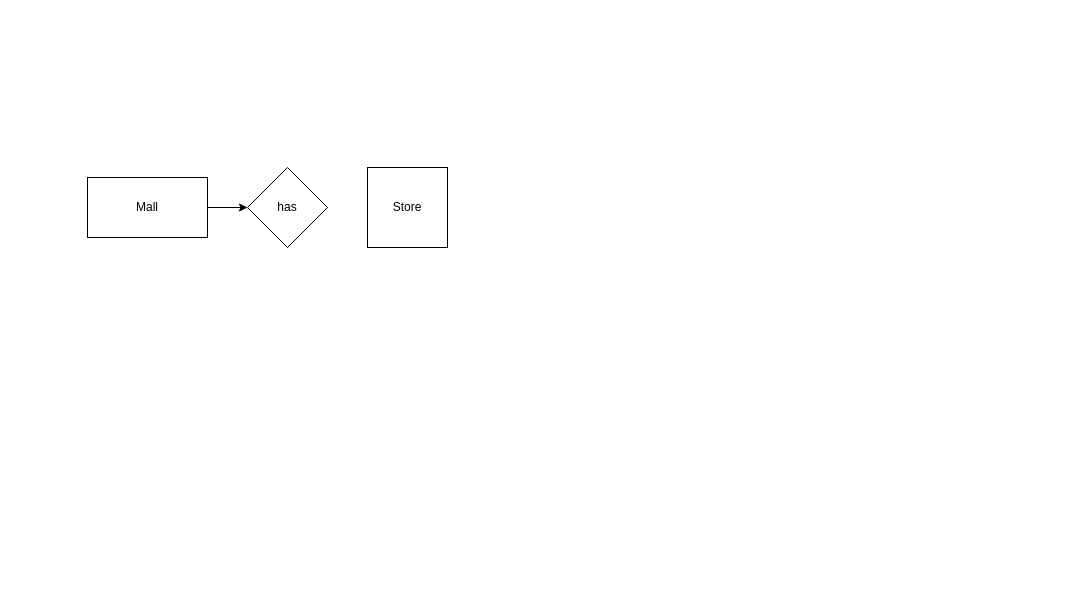
This is Untitled Diagram.drawio from PAhmed2020/test_fork_repository, a draw.io file, before an edit. Source tidied: cells renumbered, new cells numbered last; positions are measured from the earlier drawing's top-left corner, leaving out a move shared by most shapes. Both pictures are drawn from the tidied source at 100%, with x=0, y=0 at pixel (87, 167).
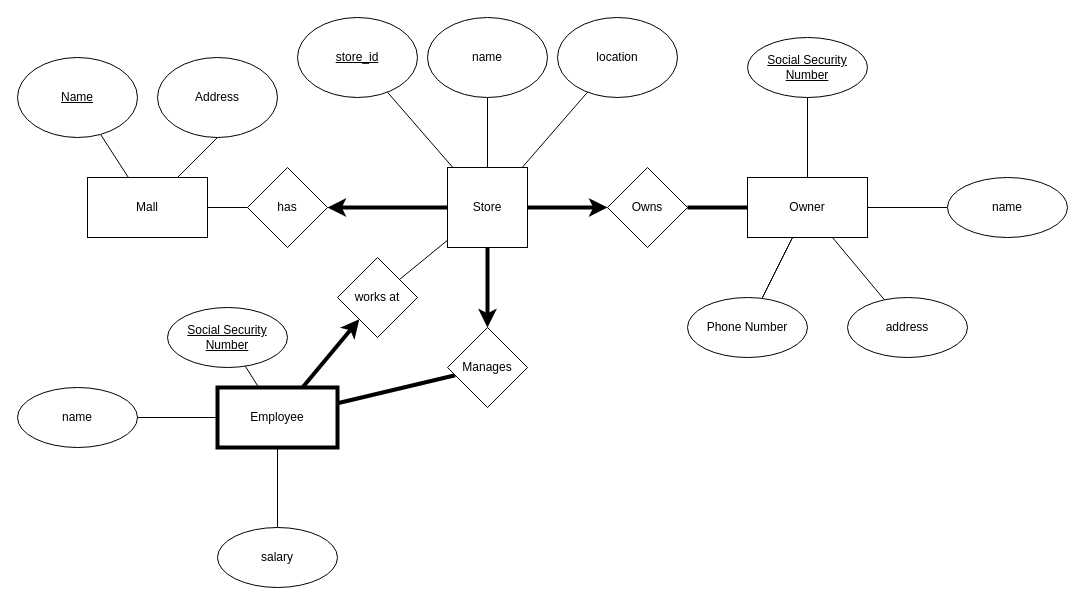
Above is the later version.

Unchanged cells that the change refers to:
```xml
<mxCell id="3" value="Mall" style="rounded=0;whiteSpace=wrap;html=1;" parent="1" vertex="1">
  <mxGeometry y="10" width="120" height="60" as="geometry" />
</mxCell>
<mxCell id="4" value="has" style="rhombus;whiteSpace=wrap;html=1;" parent="1" vertex="1">
  <mxGeometry x="160" width="80" height="80" as="geometry" />
</mxCell>
```

The edit, as a diff of the source:
```diff
@@
-    <mxCell id="2" style="edgeStyle=orthogonalEdgeStyle;rounded=0;jettySize=auto;html=1;exitX=1;exitY=0.5;exitDx=0;exitDy=0;" parent="1" edge="1" source="3" target="4">
-      <mxGeometry relative="1" as="geometry" />
-    </mxCell>
@@
+    <mxCell id="6" style="edgeStyle=orthogonalEdgeStyle;rounded=0;jettySize=auto;html=1;strokeWidth=4;" parent="1" edge="1" source="5" target="4">
+      <mxGeometry relative="1" as="geometry" />
+    </mxCell>
+    <mxCell id="7" style="edgeStyle=none;rounded=1;jettySize=auto;html=1;startArrow=none;startFill=0;endArrow=classic;endFill=1;strokeColor=default;strokeWidth=4;" parent="1" edge="1" source="5" target="20">
+      <mxGeometry relative="1" as="geometry" />
+    </mxCell>
+    <mxCell id="8" style="edgeStyle=none;rounded=1;jettySize=auto;html=1;startArrow=none;startFill=0;endArrow=classic;endFill=1;strokeColor=default;strokeWidth=4;" parent="1" edge="1" source="5" target="32">
+      <mxGeometry relative="1" as="geometry" />
+    </mxCell>
     <mxCell id="5" value="Store" style="whiteSpace=wrap;html=1;" parent="1" vertex="1">
-      <mxGeometry x="280" width="80" height="80" as="geometry" />
+      <mxGeometry x="360" width="80" height="80" as="geometry" />
     </mxCell>
+    <mxCell id="2" style="endArrow=none;html=1;exitX=1;exitY=0.5;exitDx=0;exitDy=0;entryX=0;entryY=0.5;entryDx=0;entryDy=0;" parent="1" edge="1" source="3" target="4">
+      <mxGeometry relative="1" as="geometry" />
+    </mxCell>
+    <mxCell id="9" style="edgeStyle=none;rounded=1;jettySize=auto;html=1;startArrow=none;startFill=0;endArrow=none;endFill=0;strokeColor=default;strokeWidth=1;" parent="1" edge="1" source="10" target="3">
+      <mxGeometry relative="1" as="geometry" />
+    </mxCell>
+    <mxCell id="10" value="&lt;u&gt;Name&lt;/u&gt;" style="ellipse;whiteSpace=wrap;html=1;" parent="1" vertex="1">
+      <mxGeometry x="-70" y="-110" width="120" height="80" as="geometry" />
+    </mxCell>
+    <mxCell id="11" style="rounded=1;jettySize=auto;html=1;exitX=0.5;exitY=1;exitDx=0;exitDy=0;strokeWidth=1;strokeColor=default;startArrow=none;startFill=0;endArrow=none;endFill=0;" parent="1" edge="1" source="12" target="3">
+      <mxGeometry relative="1" as="geometry" />
+    </mxCell>
+    <mxCell id="12" value="Address" style="ellipse;whiteSpace=wrap;html=1;" parent="1" vertex="1">
+      <mxGeometry x="70" y="-110" width="120" height="80" as="geometry" />
+    </mxCell>
+    <mxCell id="13" style="edgeStyle=none;rounded=1;jettySize=auto;html=1;startArrow=none;startFill=0;endArrow=none;endFill=0;strokeColor=default;strokeWidth=1;" parent="1" edge="1" source="14" target="5">
+      <mxGeometry relative="1" as="geometry" />
+    </mxCell>
+    <mxCell id="14" value="&lt;u&gt;store_id&lt;span style=&quot;white-space: pre&quot;&gt;&lt;/span&gt;&lt;/u&gt;" style="ellipse;whiteSpace=wrap;html=1;" parent="1" vertex="1">
+      <mxGeometry x="210" y="-150" width="120" height="80" as="geometry" />
+    </mxCell>
+    <mxCell id="15" style="edgeStyle=none;rounded=1;jettySize=auto;html=1;startArrow=none;startFill=0;endArrow=none;endFill=0;strokeColor=default;strokeWidth=1;" parent="1" edge="1" source="16" target="5">
+      <mxGeometry relative="1" as="geometry" />
+    </mxCell>
+    <mxCell id="16" value="name" style="ellipse;whiteSpace=wrap;html=1;" parent="1" vertex="1">
+      <mxGeometry x="340" y="-150" width="120" height="80" as="geometry" />
+    </mxCell>
+    <mxCell id="17" style="edgeStyle=none;rounded=1;jettySize=auto;html=1;startArrow=none;startFill=0;endArrow=none;endFill=0;strokeColor=default;strokeWidth=1;" parent="1" edge="1" source="18" target="5">
+      <mxGeometry relative="1" as="geometry" />
+    </mxCell>
+    <mxCell id="18" value="location" style="ellipse;whiteSpace=wrap;html=1;" parent="1" vertex="1">
+      <mxGeometry x="470" y="-150" width="120" height="80" as="geometry" />
+    </mxCell>
+    <mxCell id="19" style="edgeStyle=none;rounded=1;jettySize=auto;html=1;startArrow=none;startFill=0;endArrow=none;endFill=0;strokeColor=default;strokeWidth=4;" parent="1" edge="1" source="20" target="25">
+      <mxGeometry relative="1" as="geometry" />
+    </mxCell>
+    <mxCell id="20" value="Owns" style="rhombus;whiteSpace=wrap;html=1;" parent="1" vertex="1">
+      <mxGeometry x="520" width="80" height="80" as="geometry" />
+    </mxCell>
+    <mxCell id="21" style="edgeStyle=none;rounded=1;jettySize=auto;html=1;startArrow=none;startFill=0;endArrow=none;endFill=0;strokeColor=default;strokeWidth=1;" parent="1" edge="1" source="25" target="26">
+      <mxGeometry relative="1" as="geometry" />
+    </mxCell>
+    <mxCell id="22" style="edgeStyle=none;rounded=1;jettySize=auto;html=1;startArrow=none;startFill=0;endArrow=none;endFill=0;strokeColor=default;strokeWidth=1;" parent="1" edge="1" source="25" target="27">
+      <mxGeometry relative="1" as="geometry" />
+    </mxCell>
+    <mxCell id="23" style="edgeStyle=none;rounded=1;jettySize=auto;html=1;startArrow=none;startFill=0;endArrow=none;endFill=0;strokeColor=default;strokeWidth=1;" parent="1" edge="1" source="25" target="28">
+      <mxGeometry relative="1" as="geometry" />
+    </mxCell>
+    <mxCell id="24" style="edgeStyle=none;rounded=1;jettySize=auto;html=1;startArrow=none;startFill=0;endArrow=none;endFill=0;strokeColor=default;strokeWidth=1;" parent="1" edge="1" source="25" target="28">
+      <mxGeometry relative="1" as="geometry" />
+    </mxCell>
+    <mxCell id="25" value="Owner" style="whiteSpace=wrap;html=1;" parent="1" vertex="1">
+      <mxGeometry x="660" y="10" width="120" height="60" as="geometry" />
+    </mxCell>
+    <mxCell id="26" value="&lt;u&gt;Social Security Number&lt;br&gt;&lt;/u&gt;" style="ellipse;whiteSpace=wrap;html=1;" parent="1" vertex="1">
+      <mxGeometry x="660" y="-130" width="120" height="60" as="geometry" />
+    </mxCell>
+    <mxCell id="27" value="name" style="ellipse;whiteSpace=wrap;html=1;" parent="1" vertex="1">
+      <mxGeometry x="860" y="10" width="120" height="60" as="geometry" />
+    </mxCell>
+    <mxCell id="28" value="Phone Number" style="ellipse;whiteSpace=wrap;html=1;" parent="1" vertex="1">
+      <mxGeometry x="600" y="130" width="120" height="60" as="geometry" />
+    </mxCell>
+    <mxCell id="29" style="edgeStyle=none;rounded=1;jettySize=auto;html=1;startArrow=none;startFill=0;endArrow=none;endFill=0;strokeColor=default;strokeWidth=1;" parent="1" edge="1" source="30" target="25">
+      <mxGeometry relative="1" as="geometry" />
+    </mxCell>
+    <mxCell id="30" value="address" style="ellipse;whiteSpace=wrap;html=1;" parent="1" vertex="1">
+      <mxGeometry x="760" y="130" width="120" height="60" as="geometry" />
+    </mxCell>
+    <mxCell id="31" style="edgeStyle=none;rounded=1;jettySize=auto;html=1;startArrow=none;startFill=0;endArrow=none;endFill=0;strokeColor=default;strokeWidth=4;" parent="1" edge="1" source="32" target="36">
+      <mxGeometry relative="1" as="geometry" />
+    </mxCell>
+    <mxCell id="32" value="Manages" style="rhombus;whiteSpace=wrap;html=1;" parent="1" vertex="1">
+      <mxGeometry x="360" y="160" width="80" height="80" as="geometry" />
+    </mxCell>
+    <mxCell id="33" style="edgeStyle=none;rounded=1;jettySize=auto;html=1;startArrow=none;startFill=0;endArrow=classic;endFill=1;strokeColor=default;strokeWidth=4;" parent="1" edge="1" source="36" target="42">
+      <mxGeometry relative="1" as="geometry" />
+    </mxCell>
+    <mxCell id="34" style="edgeStyle=none;rounded=1;jettySize=auto;html=1;startArrow=none;startFill=0;endArrow=none;endFill=0;strokeColor=default;strokeWidth=1;" parent="1" edge="1" source="36" target="37">
+      <mxGeometry relative="1" as="geometry" />
+    </mxCell>
+    <mxCell id="35" style="edgeStyle=none;rounded=1;jettySize=auto;html=1;startArrow=none;startFill=0;endArrow=none;endFill=0;strokeColor=default;strokeWidth=1;" parent="1" edge="1" source="36" target="38">
+      <mxGeometry relative="1" as="geometry" />
+    </mxCell>
+    <mxCell id="36" value="Employee" style="whiteSpace=wrap;html=1;strokeWidth=4;" parent="1" vertex="1">
+      <mxGeometry x="130" y="220" width="120" height="60" as="geometry" />
+    </mxCell>
+    <mxCell id="37" value="name" style="ellipse;whiteSpace=wrap;html=1;" parent="1" vertex="1">
+      <mxGeometry x="-70" y="220" width="120" height="60" as="geometry" />
+    </mxCell>
+    <mxCell id="38" value="salary" style="ellipse;whiteSpace=wrap;html=1;" parent="1" vertex="1">
+      <mxGeometry x="130" y="360" width="120" height="60" as="geometry" />
+    </mxCell>
+    <mxCell id="39" style="edgeStyle=none;rounded=1;jettySize=auto;html=1;startArrow=none;startFill=0;endArrow=none;endFill=0;strokeColor=default;strokeWidth=1;" parent="1" edge="1" source="40" target="36">
+      <mxGeometry relative="1" as="geometry" />
+    </mxCell>
+    <mxCell id="40" value="&lt;u&gt;Social Security Number&lt;br&gt;&lt;/u&gt;" style="ellipse;whiteSpace=wrap;html=1;" parent="1" vertex="1">
+      <mxGeometry x="80" y="140" width="120" height="60" as="geometry" />
+    </mxCell>
+    <mxCell id="41" style="edgeStyle=none;rounded=1;jettySize=auto;html=1;startArrow=none;startFill=0;endArrow=none;endFill=0;strokeColor=default;strokeWidth=1;" parent="1" edge="1" source="42" target="5">
+      <mxGeometry relative="1" as="geometry" />
+    </mxCell>
+    <mxCell id="42" value="works at" style="rhombus;whiteSpace=wrap;html=1;strokeWidth=1;" parent="1" vertex="1">
+      <mxGeometry x="250" y="90" width="80" height="80" as="geometry" />
+    </mxCell>
```
